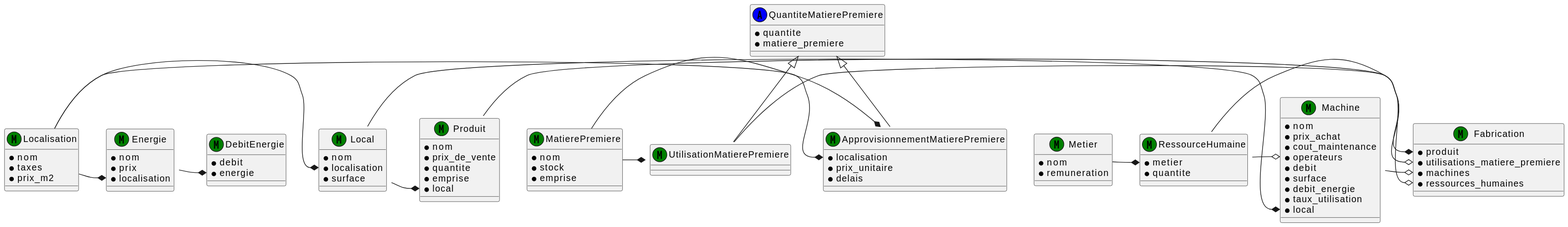
Before: media/boissons.svg, a diagram exported from PlantUML (nim65s/nim65s.github.io).
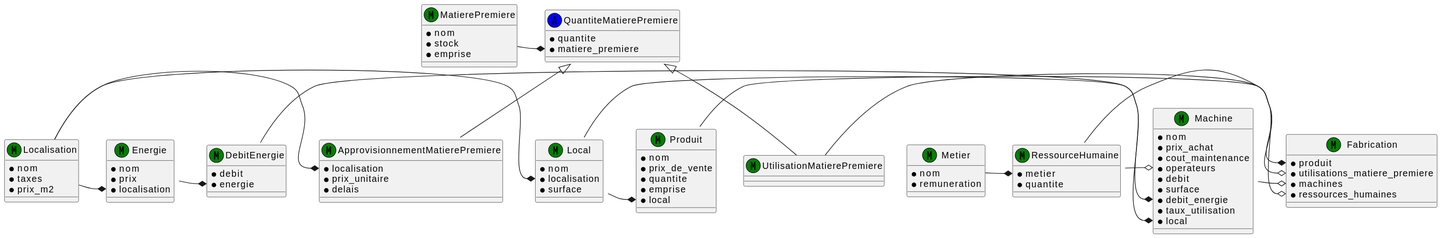
Later version of the same file.

Diff of the diagram source:
```diff
@@ -84,8 +84,7 @@
 Localisation -* Local::localisation
 Localisation -* ApprovisionnementMatierePremiere::localisation
 Localisation -* Energie::localisation
-MatierePremiere -* ApprovisionnementMatierePremiere::matiere_premiere
-MatierePremiere -* UtilisationMatierePremiere::matiere_premiere
+MatierePremiere -* QuantiteMatierePremiere::matiere_premiere
 Local -* Machine::local
 Local -* Produit::local
 Energie -* DebitEnergie::energie
@@ -95,4 +94,5 @@
 Metier -* RessourceHumaine::metier
 RessourceHumaine -o Fabrication::ressources_humaines
 RessourceHumaine -o Machine::operateurs
+DebitEnergie -* Machine::debit_energie
 @enduml
```
